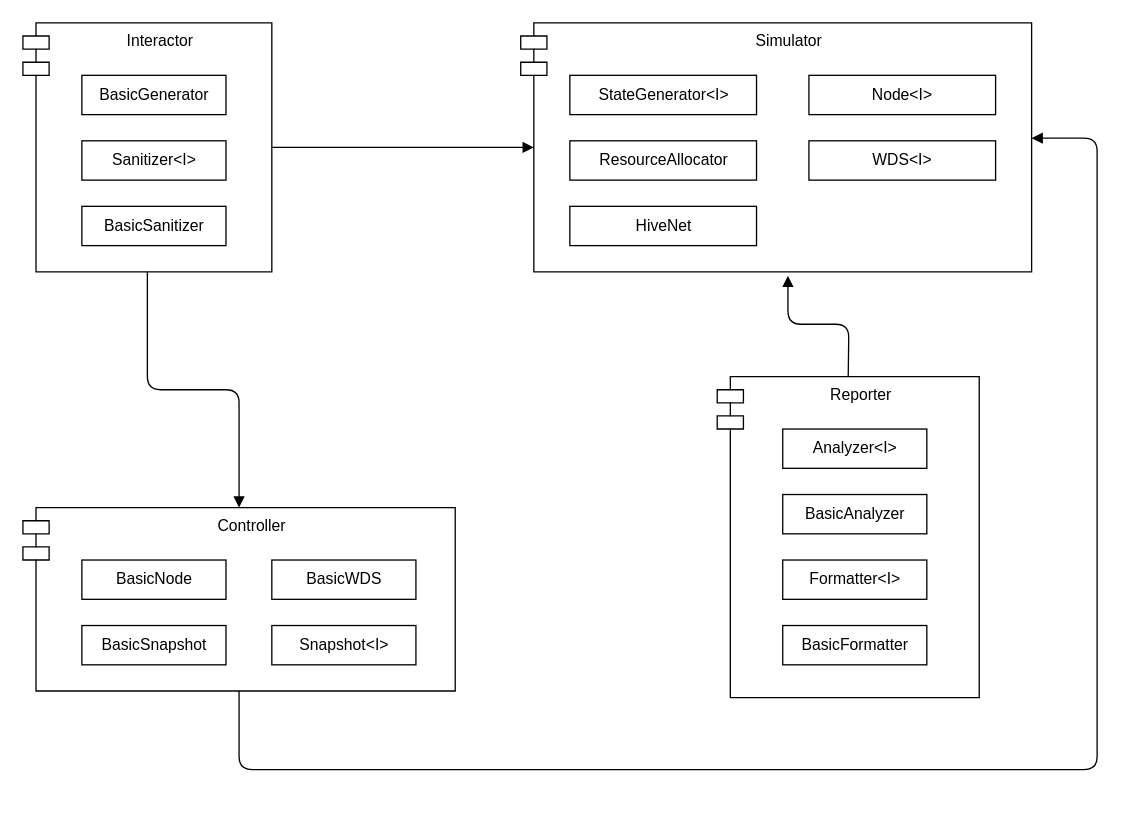
Earlier version of the draw.io diagram page "Page-1" (1 of 3) of specs/DesignSpecs.drawio (arstevens/hive-sim). Source tidied: cells renumbered, new cells numbered last; positions are measured from the earlier drawing's top-left corner, leaving out a move shared by most shapes. Both pictures are drawn from the tidied source at 131%, with x=0, y=0 at pixel (22, 22).
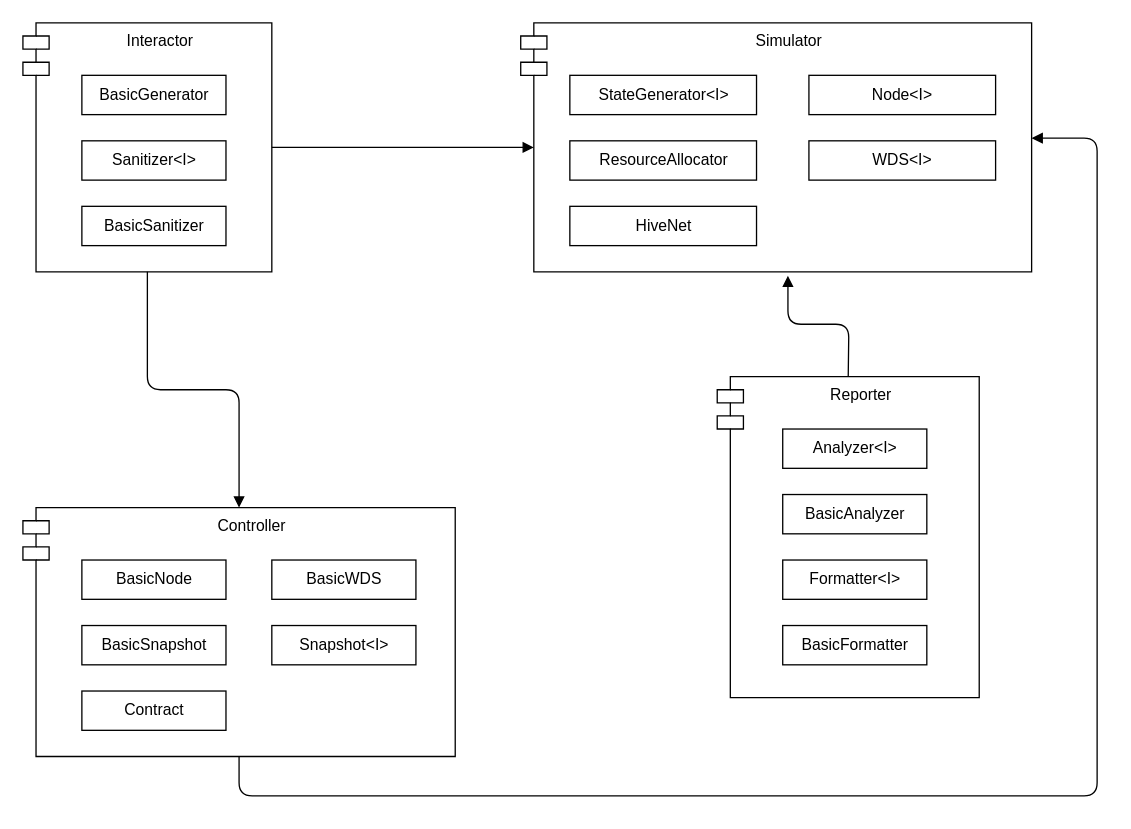
Above is the later version.

Diff of the diagram source:
```diff
@@
     <mxCell id="12" value="Controller" style="shape=module;align=left;spacingLeft=20;align=center;verticalAlign=top;" parent="1" vertex="1">
-      <mxGeometry y="370" width="330" height="140" as="geometry" />
+      <mxGeometry y="370" width="330" height="190" as="geometry" />
     </mxCell>
@@
     <mxCell id="26" style="endArrow=block;endFill=1;html=1;edgeStyle=orthogonalEdgeStyle;align=left;verticalAlign=top;exitX=0.5;exitY=1;exitDx=0;exitDy=0;" parent="1" edge="1" source="12">
       <mxGeometry x="-1" relative="1" as="geometry">
         <mxPoint x="770" y="88" as="targetPoint" />
         <Array as="points">
-          <mxPoint x="165" y="570" />
-          <mxPoint x="820" y="570" />
+          <mxPoint x="165" y="590" />
+          <mxPoint x="820" y="590" />
           <mxPoint x="820" y="88" />
         </Array>
       </mxGeometry>
     </mxCell>
@@
+    <mxCell id="30" value="Contract" style="html=1;" parent="1" vertex="1">
+      <mxGeometry x="45" y="510" width="110" height="30" as="geometry" />
+    </mxCell>
```
